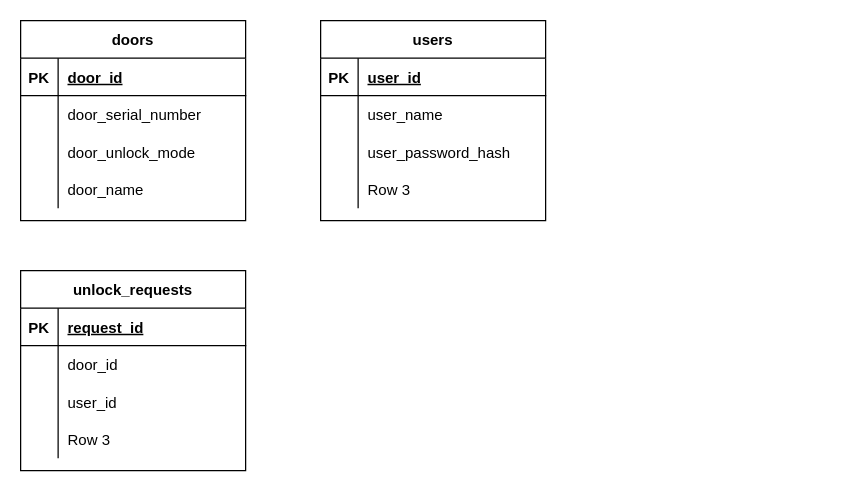
JoeBenczarski/ECE695 keeps this draw.io diagram as page "database" (2 of 2) of architecture/architecture.drawio. Above is the earlier version. Source tidied: cells renumbered, new cells numbered last; positions are measured from the earlier drawing's top-left corner, leaving out a move shared by most shapes. Both pictures are drawn from the tidied source at 125%, with x=0, y=0 at pixel (20, 20).
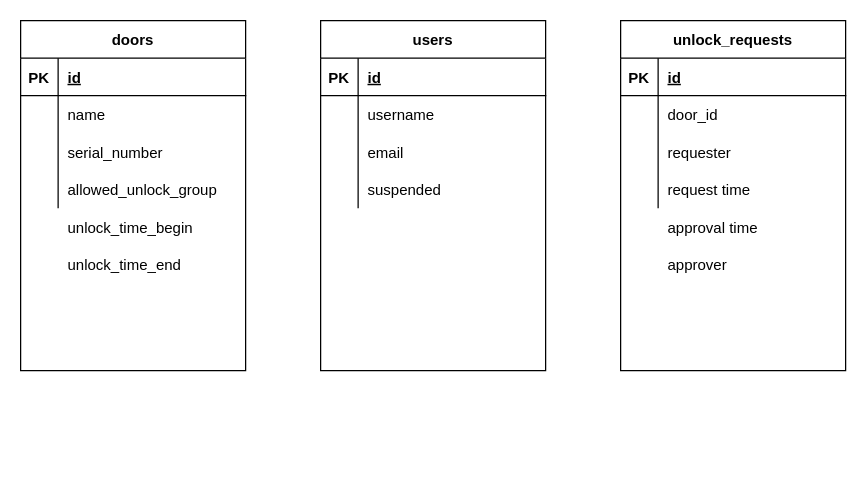
Above is the later version.

Unchanged cells that the change refers to:
```xml
<mxCell id="3" style="shape=tableRow;horizontal=0;startSize=0;swimlaneHead=0;swimlaneBody=0;fillColor=none;top=0;left=0;right=0;bottom=1;" parent="2" vertex="1">
  <mxGeometry y="30" width="180" height="30" as="geometry" />
</mxCell>
<mxCell id="6" style="shape=tableRow;horizontal=0;startSize=0;swimlaneHead=0;swimlaneBody=0;fillColor=none;top=0;left=0;right=0;bottom=0;" parent="2" vertex="1">
  <mxGeometry y="60" width="180" height="30" as="geometry" />
</mxCell>
<mxCell id="9" style="shape=tableRow;horizontal=0;startSize=0;swimlaneHead=0;swimlaneBody=0;fillColor=none;top=0;left=0;right=0;bottom=0;" parent="2" vertex="1">
  <mxGeometry y="90" width="180" height="30" as="geometry" />
</mxCell>
<mxCell id="12" style="shape=tableRow;horizontal=0;startSize=0;swimlaneHead=0;swimlaneBody=0;fillColor=none;top=0;left=0;right=0;bottom=0;" parent="2" vertex="1">
  <mxGeometry y="120" width="180" height="30" as="geometry" />
</mxCell>
<mxCell id="16" style="shape=tableRow;horizontal=0;startSize=0;swimlaneHead=0;swimlaneBody=0;fillColor=none;top=0;left=0;right=0;bottom=1;" parent="15" vertex="1">
  <mxGeometry y="30" width="180" height="30" as="geometry" />
</mxCell>
<mxCell id="22" style="shape=tableRow;horizontal=0;startSize=0;swimlaneHead=0;swimlaneBody=0;fillColor=none;top=0;left=0;right=0;bottom=0;" parent="15" vertex="1">
  <mxGeometry y="90" width="180" height="30" as="geometry" />
</mxCell>
<mxCell id="25" style="shape=tableRow;horizontal=0;startSize=0;swimlaneHead=0;swimlaneBody=0;fillColor=none;top=0;left=0;right=0;bottom=0;" parent="15" vertex="1">
  <mxGeometry y="120" width="180" height="30" as="geometry" />
</mxCell>
<mxCell id="29" style="shape=tableRow;horizontal=0;startSize=0;swimlaneHead=0;swimlaneBody=0;fillColor=none;top=0;left=0;right=0;bottom=1;" parent="28" vertex="1">
  <mxGeometry y="30" width="180" height="30" as="geometry" />
</mxCell>
<mxCell id="32" style="shape=tableRow;horizontal=0;startSize=0;swimlaneHead=0;swimlaneBody=0;fillColor=none;top=0;left=0;right=0;bottom=0;" parent="28" vertex="1">
  <mxGeometry y="60" width="180" height="30" as="geometry" />
</mxCell>
<mxCell id="35" style="shape=tableRow;horizontal=0;startSize=0;swimlaneHead=0;swimlaneBody=0;fillColor=none;top=0;left=0;right=0;bottom=0;" parent="28" vertex="1">
  <mxGeometry y="90" width="180" height="30" as="geometry" />
</mxCell>
<mxCell id="38" style="shape=tableRow;horizontal=0;startSize=0;swimlaneHead=0;swimlaneBody=0;fillColor=none;top=0;left=0;right=0;bottom=0;" parent="28" vertex="1">
  <mxGeometry y="120" width="180" height="30" as="geometry" />
</mxCell>
```

The edit, as a diff of the source:
```diff
@@
     <mxCell id="2" value="doors" style="shape=table;startSize=30;childLayout=tableLayout;rowLines=0;fontStyle=1;align=center;" parent="1" vertex="1">
-      <mxGeometry width="180" height="160" as="geometry" />
+      <mxGeometry width="180" height="280" as="geometry" />
     </mxCell>
@@
-    <mxCell id="5" value="door_id" style="shape=partialRectangle;fillColor=none;top=0;left=0;bottom=0;right=0;align=left;spacingLeft=6;fontStyle=5;overflow=hidden;" parent="3" vertex="1">
+    <mxCell id="5" value="id" style="shape=partialRectangle;fillColor=none;top=0;left=0;bottom=0;right=0;align=left;spacingLeft=6;fontStyle=5;overflow=hidden;" parent="3" vertex="1">
       <mxGeometry x="30" width="150" height="30" as="geometry" />
     </mxCell>
@@
-    <mxCell id="8" value="door_serial_number" style="shape=partialRectangle;fillColor=none;top=0;left=0;bottom=0;right=0;align=left;spacingLeft=6;overflow=hidden;" parent="6" vertex="1">
+    <mxCell id="8" value="name" style="shape=partialRectangle;fillColor=none;top=0;left=0;bottom=0;right=0;align=left;spacingLeft=6;overflow=hidden;" parent="6" vertex="1">
       <mxGeometry x="30" width="150" height="30" as="geometry" />
     </mxCell>
@@
-    <mxCell id="11" value="door_unlock_mode" style="shape=partialRectangle;fillColor=none;top=0;left=0;bottom=0;right=0;align=left;spacingLeft=6;overflow=hidden;" parent="9" vertex="1">
+    <mxCell id="11" value="serial_number" style="shape=partialRectangle;fillColor=none;top=0;left=0;bottom=0;right=0;align=left;spacingLeft=6;overflow=hidden;" parent="9" vertex="1">
       <mxGeometry x="30" width="150" height="30" as="geometry" />
     </mxCell>
@@
-    <mxCell id="14" value="door_name" style="shape=partialRectangle;fillColor=none;top=0;left=0;bottom=0;right=0;align=left;spacingLeft=6;overflow=hidden;" parent="12" vertex="1">
+    <mxCell id="14" value="allowed_unlock_group" style="shape=partialRectangle;fillColor=none;top=0;left=0;bottom=0;right=0;align=left;spacingLeft=6;overflow=hidden;" parent="12" vertex="1">
       <mxGeometry x="30" width="150" height="30" as="geometry" />
     </mxCell>
     <mxCell id="15" value="unlock_requests" style="shape=table;startSize=30;childLayout=tableLayout;rowLines=0;fontStyle=1;align=center;" parent="1" vertex="1">
-      <mxGeometry y="200" width="180" height="160" as="geometry" />
+      <mxGeometry x="480" width="180" height="280" as="geometry" />
     </mxCell>
@@
-    <mxCell id="18" value="request_id" style="shape=partialRectangle;fillColor=none;top=0;left=0;bottom=0;right=0;align=left;spacingLeft=6;fontStyle=5;overflow=hidden;" parent="16" vertex="1">
+    <mxCell id="18" value="id" style="shape=partialRectangle;fillColor=none;top=0;left=0;bottom=0;right=0;align=left;spacingLeft=6;fontStyle=5;overflow=hidden;" parent="16" vertex="1">
       <mxGeometry x="30" width="150" height="30" as="geometry" />
     </mxCell>
@@
-    <mxCell id="24" value="user_id" style="shape=partialRectangle;fillColor=none;top=0;left=0;bottom=0;right=0;align=left;spacingLeft=6;overflow=hidden;" parent="22" vertex="1">
+    <mxCell id="24" value="requester" style="shape=partialRectangle;fillColor=none;top=0;left=0;bottom=0;right=0;align=left;spacingLeft=6;overflow=hidden;" parent="22" vertex="1">
       <mxGeometry x="30" width="150" height="30" as="geometry" />
     </mxCell>
@@
-    <mxCell id="27" value="Row 3" style="shape=partialRectangle;fillColor=none;top=0;left=0;bottom=0;right=0;align=left;spacingLeft=6;overflow=hidden;" parent="25" vertex="1">
+    <mxCell id="27" style="shape=partialRectangle;fillColor=none;top=0;left=0;bottom=0;right=0;align=left;spacingLeft=6;overflow=hidden;" parent="25" vertex="1">
       <mxGeometry x="30" width="150" height="30" as="geometry" />
     </mxCell>
     <mxCell id="28" value="users" style="shape=table;startSize=30;childLayout=tableLayout;rowLines=0;fontStyle=1;align=center;" parent="1" vertex="1">
-      <mxGeometry x="240" width="180" height="160" as="geometry" />
+      <mxGeometry x="240" width="180" height="280" as="geometry" />
     </mxCell>
@@
-    <mxCell id="31" value="user_id" style="shape=partialRectangle;fillColor=none;top=0;left=0;bottom=0;right=0;align=left;spacingLeft=6;fontStyle=5;overflow=hidden;" parent="29" vertex="1">
+    <mxCell id="31" value="id" style="shape=partialRectangle;fillColor=none;top=0;left=0;bottom=0;right=0;align=left;spacingLeft=6;fontStyle=5;overflow=hidden;" parent="29" vertex="1">
       <mxGeometry x="30" width="150" height="30" as="geometry" />
     </mxCell>
@@
-    <mxCell id="34" value="user_name" style="shape=partialRectangle;fillColor=none;top=0;left=0;bottom=0;right=0;align=left;spacingLeft=6;overflow=hidden;" parent="32" vertex="1">
+    <mxCell id="34" value="username" style="shape=partialRectangle;fillColor=none;top=0;left=0;bottom=0;right=0;align=left;spacingLeft=6;overflow=hidden;" parent="32" vertex="1">
       <mxGeometry x="30" width="150" height="30" as="geometry" />
     </mxCell>
@@
-    <mxCell id="37" value="user_password_hash" style="shape=partialRectangle;fillColor=none;top=0;left=0;bottom=0;right=0;align=left;spacingLeft=6;overflow=hidden;" parent="35" vertex="1">
+    <mxCell id="37" value="email" style="shape=partialRectangle;fillColor=none;top=0;left=0;bottom=0;right=0;align=left;spacingLeft=6;overflow=hidden;" parent="35" vertex="1">
       <mxGeometry x="30" width="150" height="30" as="geometry" />
     </mxCell>
@@
-    <mxCell id="40" value="Row 3" style="shape=partialRectangle;fillColor=none;top=0;left=0;bottom=0;right=0;align=left;spacingLeft=6;overflow=hidden;" parent="38" vertex="1">
+    <mxCell id="40" value="suspended" style="shape=partialRectangle;fillColor=none;top=0;left=0;bottom=0;right=0;align=left;spacingLeft=6;overflow=hidden;" parent="38" vertex="1">
       <mxGeometry x="30" width="150" height="30" as="geometry" />
     </mxCell>
+    <mxCell id="41" value="unlock_time_begin" style="shape=partialRectangle;fillColor=none;top=0;left=0;bottom=0;right=0;align=left;spacingLeft=6;overflow=hidden;" parent="1" vertex="1">
+      <mxGeometry x="30" y="150" width="150" height="30" as="geometry" />
+    </mxCell>
+    <mxCell id="42" value="unlock_time_end" style="shape=partialRectangle;fillColor=none;top=0;left=0;bottom=0;right=0;align=left;spacingLeft=6;overflow=hidden;" parent="1" vertex="1">
+      <mxGeometry x="30" y="180" width="150" height="30" as="geometry" />
+    </mxCell>
+    <mxCell id="43" value="request time" style="shape=partialRectangle;fillColor=none;top=0;left=0;bottom=0;right=0;align=left;spacingLeft=6;overflow=hidden;" parent="1" vertex="1">
+      <mxGeometry x="510" y="120" width="150" height="30" as="geometry" />
+    </mxCell>
+    <mxCell id="44" value="approval time" style="shape=partialRectangle;fillColor=none;top=0;left=0;bottom=0;right=0;align=left;spacingLeft=6;overflow=hidden;" parent="1" vertex="1">
+      <mxGeometry x="510" y="150" width="150" height="30" as="geometry" />
+    </mxCell>
+    <mxCell id="45" value="approver" style="shape=partialRectangle;fillColor=none;top=0;left=0;bottom=0;right=0;align=left;spacingLeft=6;overflow=hidden;" parent="1" vertex="1">
+      <mxGeometry x="510" y="180" width="150" height="30" as="geometry" />
+    </mxCell>
```
